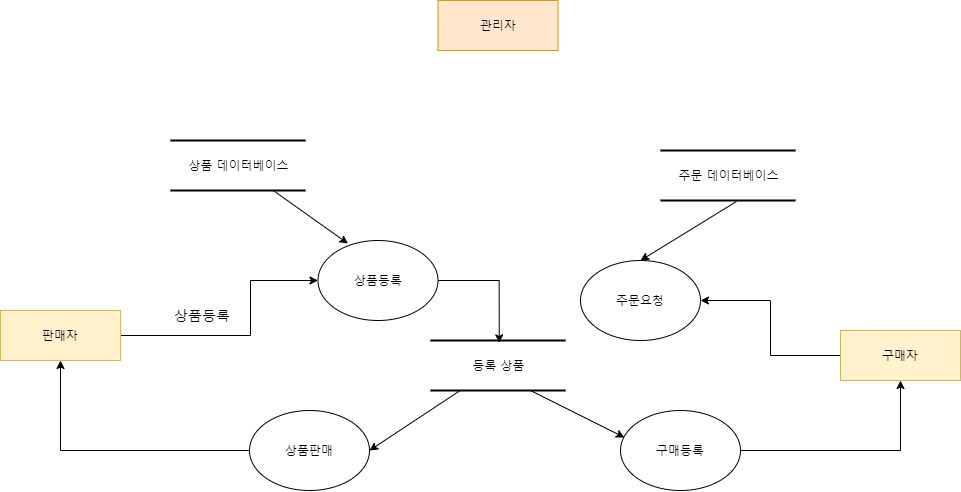
Above: Untitled Diagram.png in osiris0607/Project (draw.io), before the change. Source tidied: cells renumbered, new cells last; positions are measured from the earlier drawing's top-left corner, leaving out a move shared by most shapes.
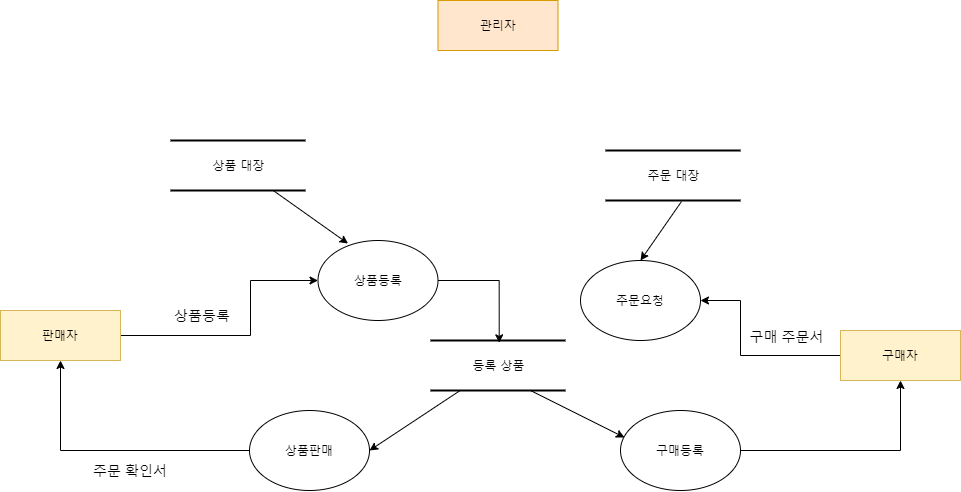
After the commit.

Diff of the diagram source:
```diff
@@ -3,7 +3,12 @@
     <mxCell id="0" />
     <mxCell id="1" parent="0" />
     <mxCell id="2" style="edgeStyle=orthogonalEdgeStyle;rounded=0;jettySize=auto;html=1;exitX=0;exitY=0.5;exitDx=0;exitDy=0;" parent="1" edge="1" source="3" target="12">
-      <mxGeometry relative="1" as="geometry" />
+      <mxGeometry relative="1" as="geometry">
+        <Array as="points">
+          <mxPoint x="740" y="355" />
+          <mxPoint x="740" y="300" />
+        </Array>
+      </mxGeometry>
     </mxCell>
     <mxCell id="3" value="구매자" style="whiteSpace=wrap;html=1;rounded=0;shadow=0;comic=0;labelBackgroundColor=none;strokeWidth=1;fontFamily=Verdana;fontSize=12;align=center;fillColor=#fff2cc;strokeColor=#d6b656;" parent="1" vertex="1">
       <mxGeometry x="840" y="330" width="120" height="50" as="geometry" />
@@ -31,11 +36,11 @@
     <mxCell id="9" value="상품등록" style="ellipse;whiteSpace=wrap;html=1;" parent="1" vertex="1">
       <mxGeometry x="317.5" y="240" width="120" height="80" as="geometry" />
     </mxCell>
-    <mxCell id="10" value="상품 데이터베이스" style="html=1;rounded=0;shadow=0;comic=0;labelBackgroundColor=none;strokeWidth=2;fontFamily=Verdana;fontSize=12;align=center;shape=mxgraph.ios7ui.horLines;" parent="1" vertex="1">
+    <mxCell id="10" value="상품 대장" style="html=1;rounded=0;shadow=0;comic=0;labelBackgroundColor=none;strokeWidth=2;fontFamily=Verdana;fontSize=12;align=center;shape=mxgraph.ios7ui.horLines;" parent="1" vertex="1">
       <mxGeometry x="170" y="140" width="135" height="50" as="geometry" />
     </mxCell>
-    <mxCell id="11" value="주문 데이터베이스" style="html=1;rounded=0;shadow=0;comic=0;labelBackgroundColor=none;strokeWidth=2;fontFamily=Verdana;fontSize=12;align=center;shape=mxgraph.ios7ui.horLines;" parent="1" vertex="1">
-      <mxGeometry x="660" y="150" width="135" height="50" as="geometry" />
+    <mxCell id="11" value="주문 대장" style="html=1;rounded=0;shadow=0;comic=0;labelBackgroundColor=none;strokeWidth=2;fontFamily=Verdana;fontSize=12;align=center;shape=mxgraph.ios7ui.horLines;" parent="1" vertex="1">
+      <mxGeometry x="605" y="150" width="135" height="50" as="geometry" />
     </mxCell>
     <mxCell id="12" value="주문요청" style="ellipse;whiteSpace=wrap;html=1;" parent="1" vertex="1">
       <mxGeometry x="580" y="260" width="120" height="80" as="geometry" />
@@ -74,5 +79,11 @@
     <mxCell id="21" value="&lt;font style=&quot;font-size: 14px&quot;&gt;상품등록&lt;/font&gt;" style="text;html=1;strokeColor=none;fillColor=none;align=center;verticalAlign=middle;whiteSpace=wrap;rounded=0;" parent="1" vertex="1">
       <mxGeometry x="167" y="305" width="70" height="20" as="geometry" />
     </mxCell>
+    <mxCell id="22" value="&lt;font style=&quot;font-size: 14px&quot;&gt;주문 확인서&lt;/font&gt;" style="text;html=1;strokeColor=none;fillColor=none;align=center;verticalAlign=middle;whiteSpace=wrap;rounded=0;" parent="1" vertex="1">
+      <mxGeometry x="90" y="460" width="80" height="20" as="geometry" />
+    </mxCell>
+    <mxCell id="23" value="&lt;span style=&quot;font-size: 14px&quot;&gt;구매 주문서&lt;/span&gt;" style="text;html=1;strokeColor=none;fillColor=none;align=center;verticalAlign=middle;whiteSpace=wrap;rounded=0;" parent="1" vertex="1">
+      <mxGeometry x="744" y="326" width="85" height="20" as="geometry" />
+    </mxCell>
   </root>
 </mxGraphModel>
```
